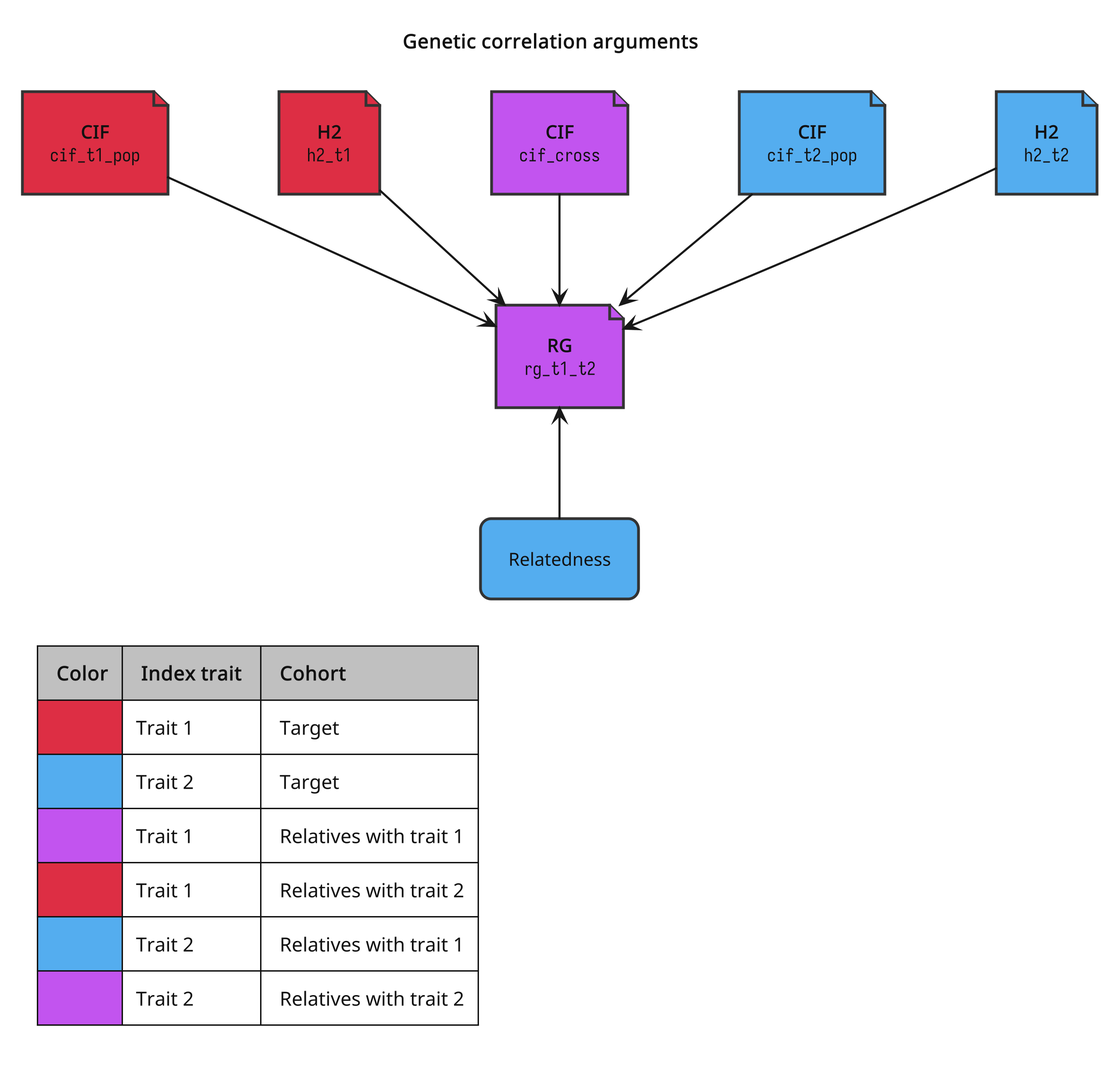
The PlantUML diagram guides/diagrams/rg-arguments.png in BioPsyk/epimight, before a commit. Its diagram source:
```plantuml
@startuml
!include <material7.4.47/AccountUser/AccountGroup>
!include <material7.4.47/PeopleFamily/HumanMaleFemaleChild>
!include ../diagrams/ibp.puml

skinparam nodesep 80
skinparam ranksep 80

<style>
  root {
    FontColor #111111
  }

  title {
    LineColor transparent
  }

  file {
    LineColor #333333
  }

  rectangle {
    LineColor #333333
  }

  card {
    RoundCorner     0
    BackgroundColor transparent
    LineColor       transparent
  }
</style>

skinparam defaultTextAlignment center

title "**Genetic correlation arguments**"

legend left
  <#silver>|= Color|= Index trait |= Cohort |
  |<#dd2e44>|Trait 1 | Target |
  |<#54adef>|Trait 2 | Target |
  |<#c254ef>|Trait 1 | Relatives with trait 1|
  |<#dd2e44>|Trait 1 | Relatives with trait 2|
  |<#54adef>|Trait 2 | Relatives with trait 1|
  |<#c254ef>|Trait 2 | Relatives with trait 2|
endlegend

file "**CIF**\n""cif_t1_pop""" as cif_t1_pop #dd2e44
file "**H2**\n""h2_t1""" as h2_t1 #dd2e44
file "**CIF**\n""cif_cross""" as cif_cross #c254ef
file "**CIF**\n""cif_t2_pop""" as cif_t2_pop #54adef
file "**H2**\n""h2_t2""" as h2_t2 #54adef
file "**RG**\n""rg_t1_t2""" as rg #c254ef

rectangle "Relatedness" as t3_rel #54adef

cif_t1_pop --> rg
cif_t2_pop --> rg
cif_cross --> rg
h2_t1 --> rg
h2_t2 --> rg

t3_rel -UP-> rg
@enduml
```
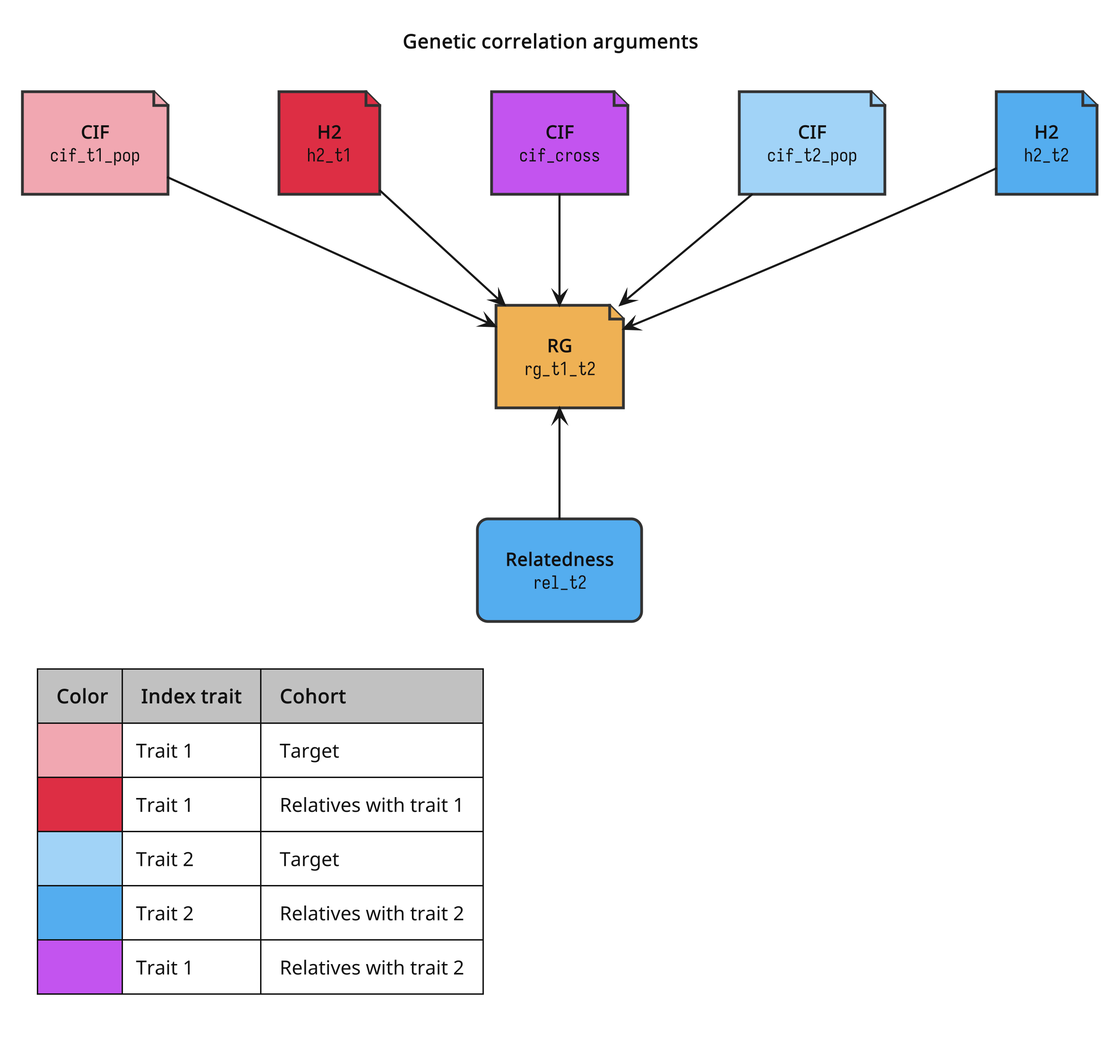
After the change.

Diff of the diagram source:
```diff
@@ -36,22 +36,21 @@
 
 legend left
   <#silver>|= Color|= Index trait |= Cohort |
-  |<#dd2e44>|Trait 1 | Target |
-  |<#54adef>|Trait 2 | Target |
-  |<#c254ef>|Trait 1 | Relatives with trait 1|
-  |<#dd2e44>|Trait 1 | Relatives with trait 2|
-  |<#54adef>|Trait 2 | Relatives with trait 1|
-  |<#c254ef>|Trait 2 | Relatives with trait 2|
+  |<#f1a7b0>|Trait 1 | Target |
+  |<#dd2e44>|Trait 1 | Relatives with trait 1 |
+  |<#a1d2f7>|Trait 2 | Target |
+  |<#54adef>|Trait 2 | Relatives with trait 2 |
+  |<#c254ef>|Trait 1 | Relatives with trait 2 |
 endlegend
 
-file "**CIF**\n""cif_t1_pop""" as cif_t1_pop #dd2e44
+file "**CIF**\n""cif_t1_pop""" as cif_t1_pop #f1a7b0
 file "**H2**\n""h2_t1""" as h2_t1 #dd2e44
 file "**CIF**\n""cif_cross""" as cif_cross #c254ef
-file "**CIF**\n""cif_t2_pop""" as cif_t2_pop #54adef
+file "**CIF**\n""cif_t2_pop""" as cif_t2_pop #a1d2f7
 file "**H2**\n""h2_t2""" as h2_t2 #54adef
-file "**RG**\n""rg_t1_t2""" as rg #c254ef
+file "**RG**\n""rg_t1_t2""" as rg #efb054
 
-rectangle "Relatedness" as t3_rel #54adef
+rectangle "**Relatedness**\n""rel_t2""" as t3_rel #54adef
 
 cif_t1_pop --> rg
 cif_t2_pop --> rg
```
